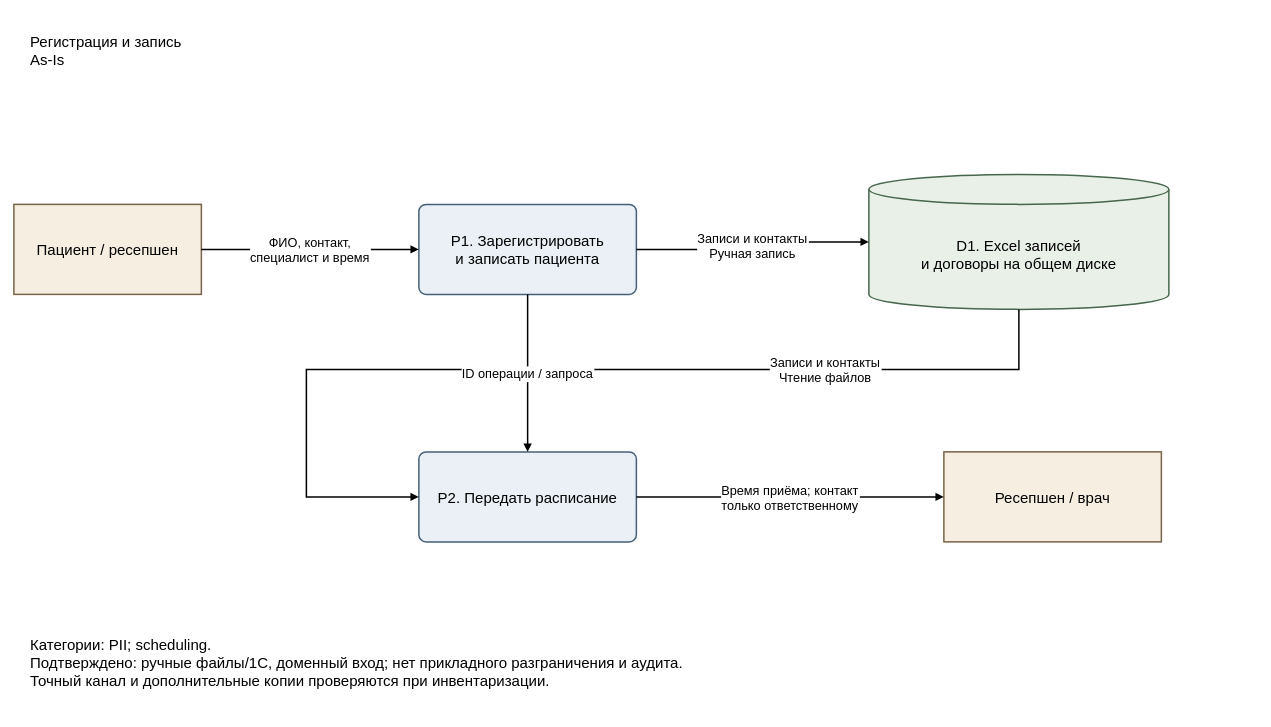
Above: page "1. Регистрация и запись — As-Is" (1 of 12) of Task1/Потоки данных.drawio in Daresana/architecture-medikamente (draw.io), before the change. Source tidied: cells renumbered, new cells numbered last; positions are measured from the earlier drawing's top-left corner, leaving out a move shared by most shapes. Both pictures are drawn from the tidied source at 75%, with x=0, y=0 at pixel (14, 13).
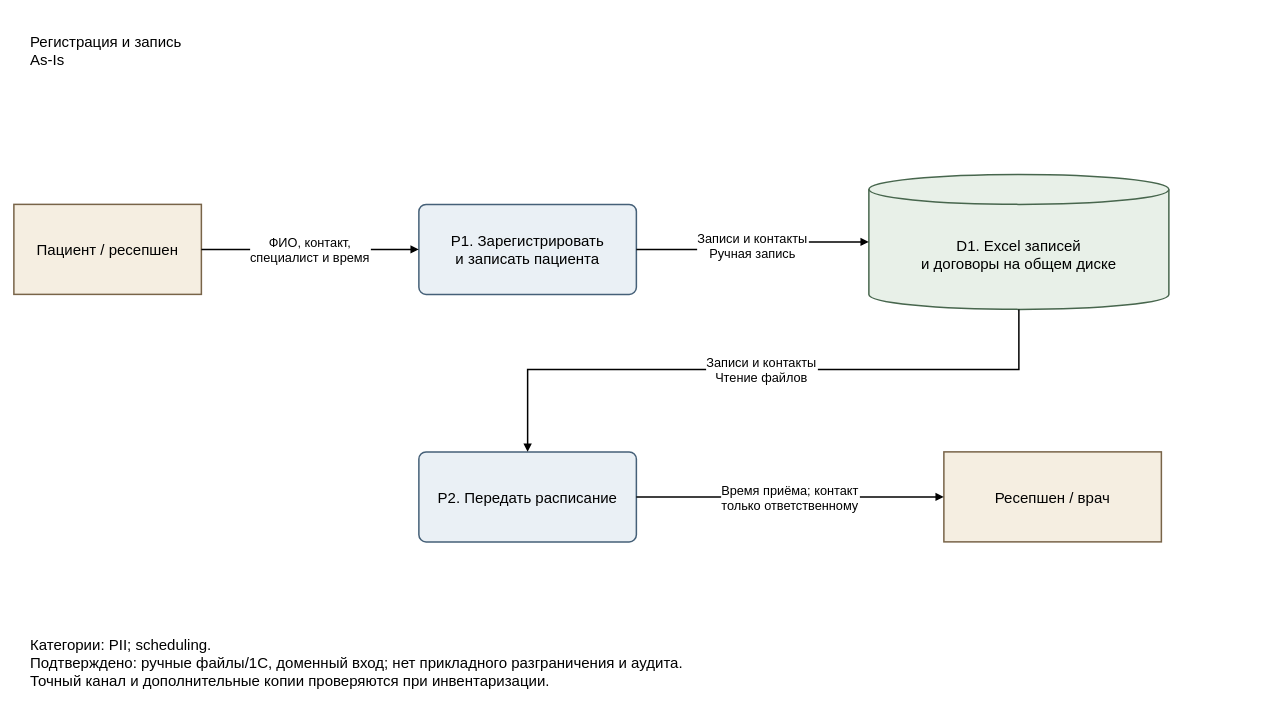
The same diagram, later.

Diff of the diagram source:
```diff
@@
 <mxGraphModel>
   <root>
     <mxCell id="0" />
     <mxCell id="1" parent="0" />
     <mxCell id="2" value="Регистрация и запись&#10;As-Is" style="whiteSpace=wrap;html=0;fontSize=20;fontFamily=Arial;align=center;verticalAlign=middle;spacing=12;strokeWidth=2;shape=rectangle;strokeColor=none;fillColor=none;align=left;" parent="1" vertex="1">
       <mxGeometry x="10" width="1650" height="100" as="geometry" />
     </mxCell>
     <mxCell id="3" value="Пациент / ресепшен" style="whiteSpace=wrap;html=0;fontSize=20;fontFamily=Arial;align=center;verticalAlign=middle;spacing=12;strokeWidth=2;rounded=0;fillColor=#f5eee1;strokeColor=#786448;" parent="1" vertex="1">
       <mxGeometry y="255" width="250" height="120" as="geometry" />
     </mxCell>
     <mxCell id="4" value="P1. Зарегистрировать&#10;и записать пациента" style="whiteSpace=wrap;html=0;fontSize=20;fontFamily=Arial;align=center;verticalAlign=middle;spacing=12;strokeWidth=2;rounded=1;arcSize=8;fillColor=#eaf0f5;strokeColor=#456078;" parent="1" vertex="1">
       <mxGeometry x="540" y="255" width="290" height="120" as="geometry" />
     </mxCell>
     <mxCell id="5" value="D1. Excel записей&#10;и договоры на общем диске" style="whiteSpace=wrap;html=0;fontSize=20;fontFamily=Arial;align=center;verticalAlign=middle;spacing=12;strokeWidth=2;shape=cylinder3;boundedLbl=1;size=20;fillColor=#e8f0e8;strokeColor=#47664d;" parent="1" vertex="1">
       <mxGeometry x="1140" y="215" width="400" height="180" as="geometry" />
     </mxCell>
     <mxCell id="6" value="P2. Передать расписание" style="whiteSpace=wrap;html=0;fontSize=20;fontFamily=Arial;align=center;verticalAlign=middle;spacing=12;strokeWidth=2;rounded=1;arcSize=8;fillColor=#eaf0f5;strokeColor=#456078;" parent="1" vertex="1">
       <mxGeometry x="540" y="585" width="290" height="120" as="geometry" />
     </mxCell>
     <mxCell id="7" value="Ресепшен / врач" style="whiteSpace=wrap;html=0;fontSize=20;fontFamily=Arial;align=center;verticalAlign=middle;spacing=12;strokeWidth=2;rounded=0;fillColor=#f5eee1;strokeColor=#786448;" parent="1" vertex="1">
       <mxGeometry x="1240" y="585" width="290" height="120" as="geometry" />
     </mxCell>
     <mxCell id="8" value="Категории: PII; scheduling.&#10;Подтверждено: ручные файлы/1С, доменный вход; нет прикладного разграничения и аудита.&#10;Точный канал и дополнительные копии проверяются при инвентаризации." style="whiteSpace=wrap;html=0;fontSize=20;fontFamily=Arial;align=center;verticalAlign=middle;spacing=12;strokeWidth=2;shape=rectangle;strokeColor=none;fillColor=none;align=left;" parent="1" vertex="1">
       <mxGeometry x="10" y="795" width="1650" height="140" as="geometry" />
     </mxCell>
     <mxCell id="9" value="ФИО, контакт,&#10;специалист и время" style="edgeStyle=orthogonalEdgeStyle;rounded=0;html=0;endArrow=block;endFill=1;strokeWidth=2;fontSize=17;labelBackgroundColor=#ffffff;spacing=5;exitX=1;exitY=0.5;entryX=0;entryY=0.5;exitPerimeter=0;entryPerimeter=0;" parent="1" edge="1" source="3" target="4">
       <mxGeometry relative="1" as="geometry" />
     </mxCell>
     <mxCell id="10" value="Записи и контакты&#10;Ручная запись" style="edgeStyle=orthogonalEdgeStyle;rounded=0;html=0;endArrow=block;endFill=1;strokeWidth=2;fontSize=17;labelBackgroundColor=#ffffff;spacing=5;exitX=1;exitY=0.5;entryX=0;entryY=0.5;exitPerimeter=0;entryPerimeter=0;" parent="1" edge="1" source="4" target="5">
       <mxGeometry relative="1" as="geometry" />
     </mxCell>
-    <mxCell id="11" value="Записи и контакты&#10;Чтение файлов" style="edgeStyle=orthogonalEdgeStyle;rounded=0;html=0;endArrow=block;endFill=1;strokeWidth=2;fontSize=17;labelBackgroundColor=#ffffff;spacing=5;exitX=0.5;exitY=1;entryX=0;entryY=0.5;exitPerimeter=0;entryPerimeter=0;" parent="1" edge="1" source="5" target="6">
-      <mxGeometry x="-0.5" relative="1" as="geometry">
+    <mxCell id="11" value="Записи и контакты&#10;Чтение файлов" style="edgeStyle=orthogonalEdgeStyle;rounded=0;html=0;endArrow=block;endFill=1;strokeWidth=2;fontSize=17;labelBackgroundColor=#ffffff;spacing=5;exitX=0.5;exitY=1;entryX=0.5;entryY=0;exitPerimeter=0;entryPerimeter=0;" parent="1" edge="1" source="5" target="6">
+      <mxGeometry relative="1" as="geometry">
         <Array as="points">
           <mxPoint x="1340" y="475" />
-          <mxPoint x="390" y="475" />
-          <mxPoint x="390" y="645" />
+          <mxPoint x="685" y="475" />
         </Array>
       </mxGeometry>
     </mxCell>
-    <mxCell id="12" value="ID операции / запроса" style="edgeStyle=orthogonalEdgeStyle;rounded=0;html=0;endArrow=block;endFill=1;strokeWidth=2;fontSize=17;labelBackgroundColor=#ffffff;spacing=5;exitX=0.5;exitY=1;entryX=0.5;entryY=0;exitPerimeter=0;entryPerimeter=0;" parent="1" edge="1" source="4" target="6">
-      <mxGeometry relative="1" as="geometry" />
-    </mxCell>
     <mxCell id="13" value="Время приёма; контакт&#10;только ответственному" style="edgeStyle=orthogonalEdgeStyle;rounded=0;html=0;endArrow=block;endFill=1;strokeWidth=2;fontSize=17;labelBackgroundColor=#ffffff;spacing=5;exitX=1;exitY=0.5;entryX=0;entryY=0.5;exitPerimeter=0;entryPerimeter=0;" parent="1" edge="1" source="6" target="7">
       <mxGeometry relative="1" as="geometry" />
     </mxCell>
   </root>
 </mxGraphModel>
```
